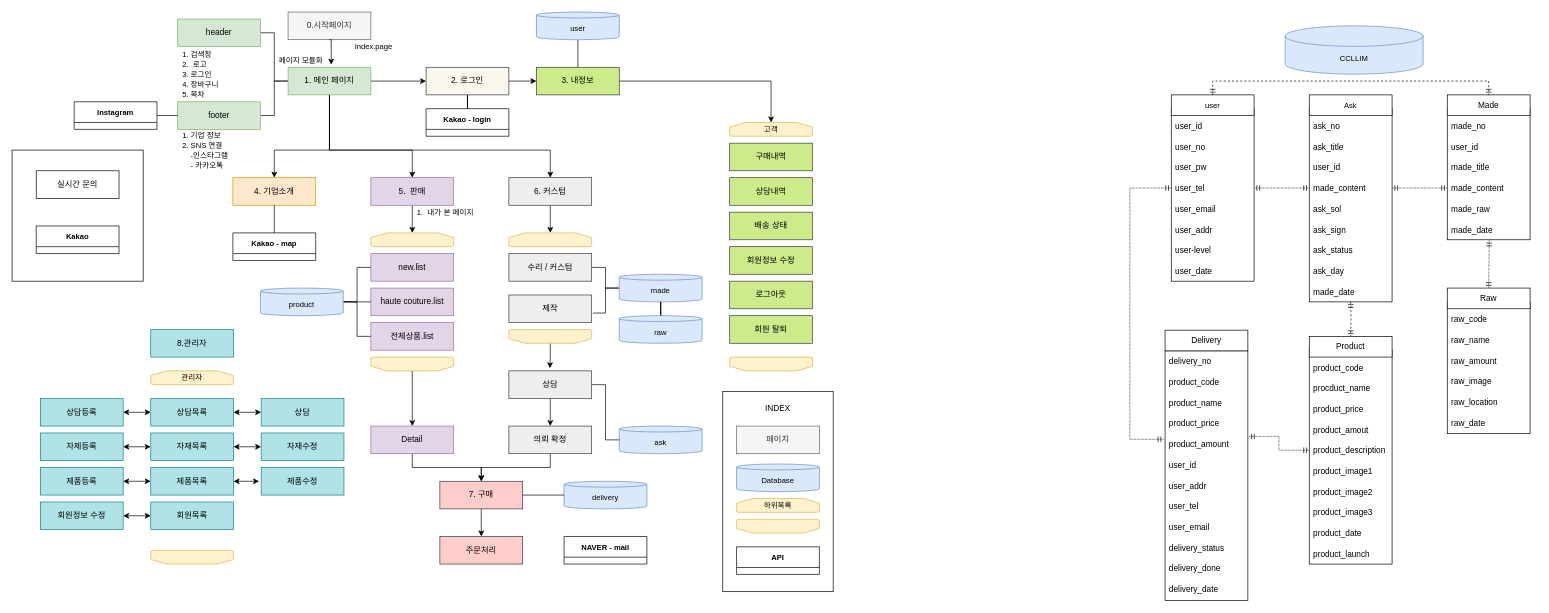
This is CCLLIM/CCLLIM.drawio from Kray273/JSPLab, a draw.io file, before an edit. Source tidied: cells renumbered, new cells numbered last; positions are measured from the earlier drawing's top-left corner, leaving out a move shared by most shapes. Both pictures are drawn from the tidied source at 69%, with x=0, y=0 at pixel (12, 12).
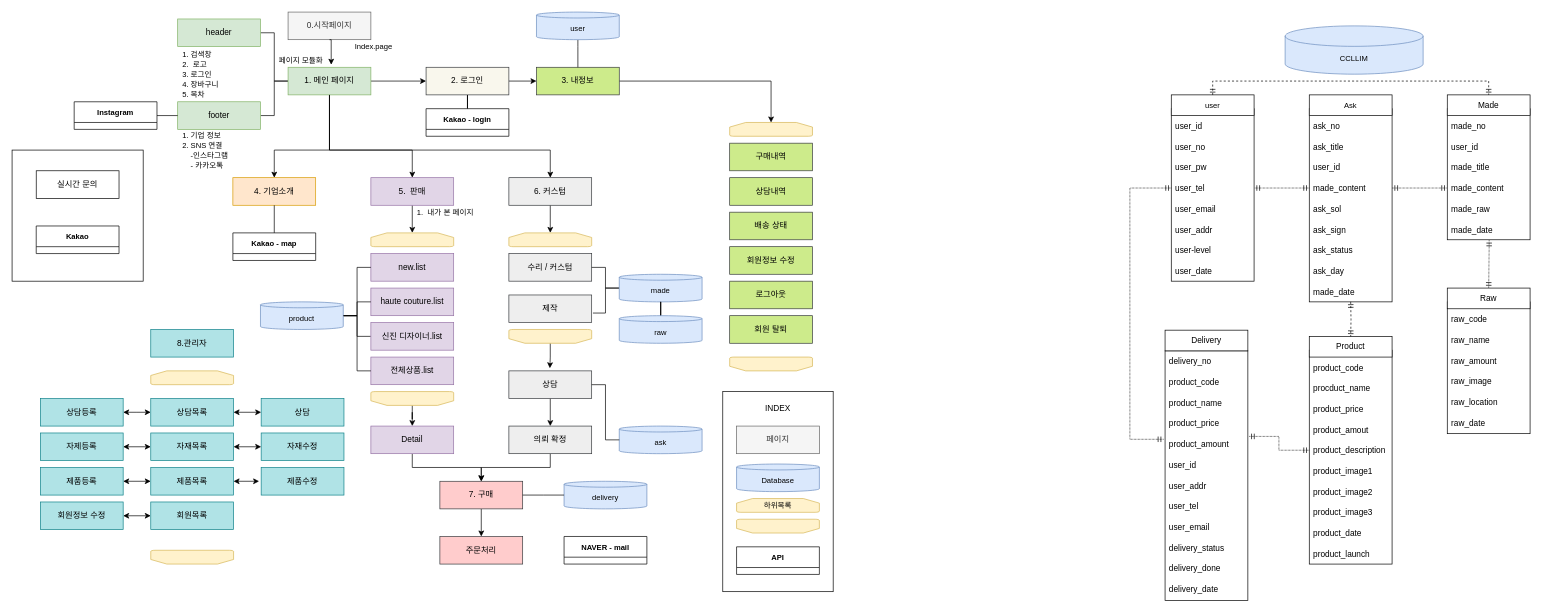
Above is the later version.

What changed in the source:
```diff
@@
     <mxCell id="29" value="전체상품.list" style="rounded=0;whiteSpace=wrap;html=1;fillColor=#e1d5e7;strokeColor=#9673a6;" parent="1" vertex="1">
-      <mxGeometry x="520" y="450" width="120" height="40" as="geometry" />
+      <mxGeometry x="520" y="500" width="120" height="40" as="geometry" />
     </mxCell>
@@
     <mxCell id="40" value="product" style="shape=cylinder3;whiteSpace=wrap;html=1;boundedLbl=1;backgroundOutline=1;size=4.285714285714278;fontSize=11;fillColor=#dae8fc;strokeColor=#6c8ebf;" parent="1" vertex="1">
-      <mxGeometry x="360" y="400" width="120" height="40" as="geometry" />
+      <mxGeometry x="360" y="420" width="120" height="40" as="geometry" />
     </mxCell>
@@
     <mxCell id="52" style="strokeWidth=1;html=1;shape=mxgraph.flowchart.loop_limit;whiteSpace=wrap;fontSize=11;direction=west;fillColor=#fff2cc;strokeColor=#d6b656;" parent="1" vertex="1">
-      <mxGeometry x="520" y="500" width="120" height="20" as="geometry" />
+      <mxGeometry x="520" y="550" width="120" height="20" as="geometry" />
     </mxCell>
@@
-    <mxCell id="59" value="고객" style="strokeWidth=1;html=1;shape=mxgraph.flowchart.loop_limit;whiteSpace=wrap;fontSize=11;fillColor=#fff2cc;strokeColor=#d6b656;" parent="1" vertex="1">
+    <mxCell id="59" style="strokeWidth=1;html=1;shape=mxgraph.flowchart.loop_limit;whiteSpace=wrap;fontSize=11;fillColor=#fff2cc;strokeColor=#d6b656;" parent="1" vertex="1">
       <mxGeometry x="1040" y="160" width="120" height="20" as="geometry" />
     </mxCell>
@@
-    <mxCell id="156" value="관리자" style="strokeWidth=1;html=1;shape=mxgraph.flowchart.loop_limit;whiteSpace=wrap;fontSize=11;fillColor=#fff2cc;strokeColor=#d6b656;" parent="1" vertex="1">
+    <mxCell id="156" style="strokeWidth=1;html=1;shape=mxgraph.flowchart.loop_limit;whiteSpace=wrap;fontSize=11;fillColor=#fff2cc;strokeColor=#d6b656;" parent="1" vertex="1">
       <mxGeometry x="201" y="520" width="120" height="20" as="geometry" />
     </mxCell>
@@
+    <mxCell id="185" style="edgeStyle=orthogonalEdgeStyle;rounded=0;jettySize=auto;html=1;entryX=1;entryY=0.5;entryDx=0;entryDy=0;entryPerimeter=0;startArrow=none;startFill=0;endArrow=none;endFill=0;strokeWidth=1;" parent="1" edge="1" source="186" target="40">
+      <mxGeometry relative="1" as="geometry" />
+    </mxCell>
+    <mxCell id="186" value="신진 디자이너.list" style="rounded=0;whiteSpace=wrap;html=1;fillColor=#e1d5e7;strokeColor=#9673a6;" parent="1" vertex="1">
+      <mxGeometry x="520" y="450" width="120" height="40" as="geometry" />
+    </mxCell>
```
